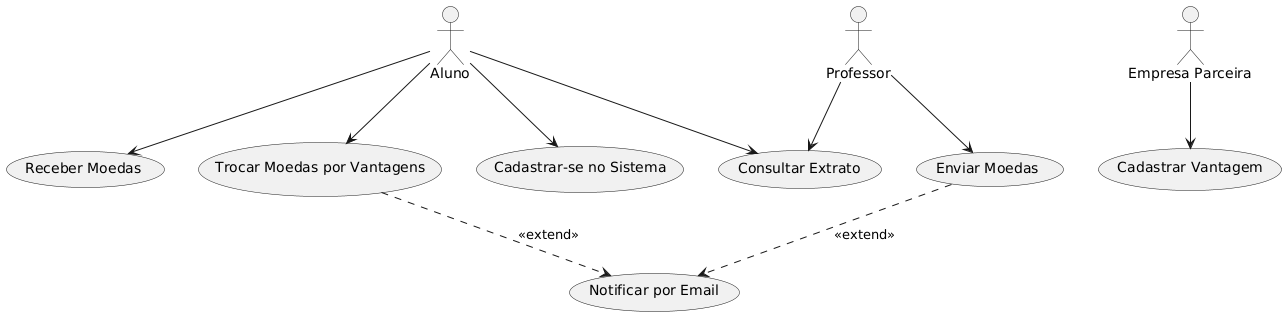
This is project/img/Diagrama de Caso de Uso.png from PedroRamos98/Sistema-de-Moeda-Estudantil, a PlantUML export, as it was before one commit.
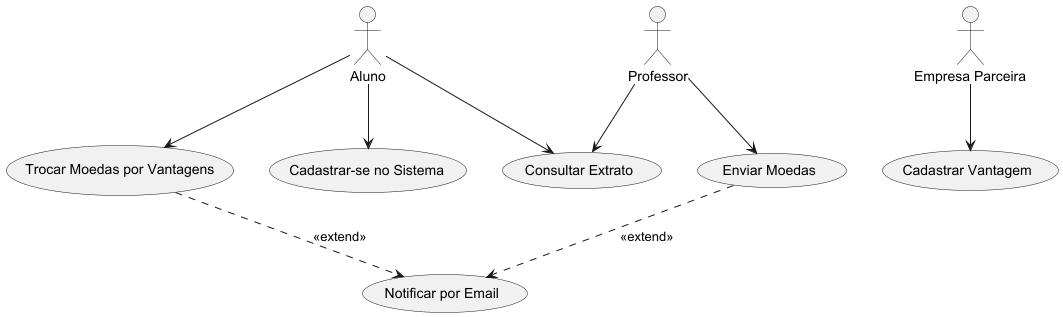
Above is the later version.

The edit, as a diff of the source:
```diff
@@ -1,11 +1,11 @@
 @startuml
+
 actor "Aluno" as Aluno
 actor "Professor" as Professor
 actor "Empresa Parceira" as Empresa
 
 usecase "Cadastrar-se no Sistema" as UC1
 usecase "Consultar Extrato" as UC2
-usecase "Receber Moedas" as UC3
 usecase "Trocar Moedas por Vantagens" as UC4
 usecase "Cadastrar Vantagem" as UC5
 usecase "Enviar Moedas" as UC6
@@ -13,7 +13,6 @@
 
 Aluno --> UC1
 Aluno --> UC2
-Aluno --> UC3
 Aluno --> UC4
 
 Professor --> UC2
@@ -23,4 +22,5 @@
 
 UC6 ..> UC7 : <<extend>>
 UC4 ..> UC7 : <<extend>>
+
 @enduml
```
